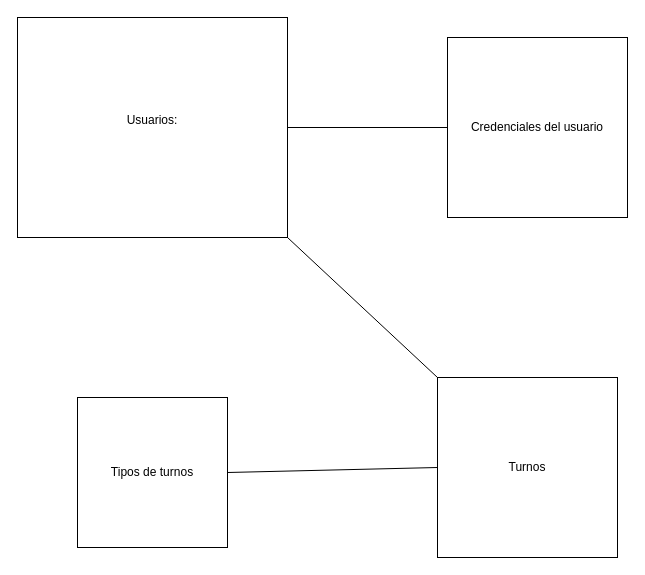
Above: DiagramaDeEntesBancoM3.drawio in TomasRamis/M3-banckDiagram (draw.io), before the change. Source tidied: cells renumbered, new cells numbered last; positions are measured from the earlier drawing's top-left corner, leaving out a move shared by most shapes. Both pictures are drawn from the tidied source at 100%, with x=0, y=0 at pixel (17, 17).
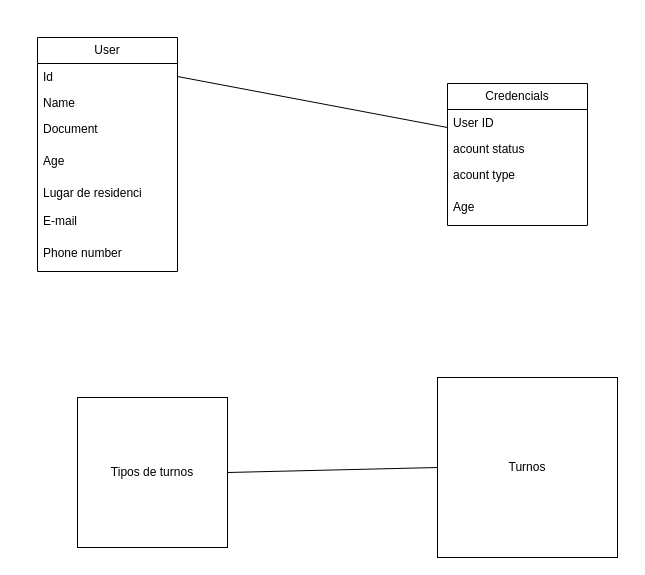
After the change.

Unchanged cells that the change refers to:
```xml
<mxCell id="7" value="Turnos" style="whiteSpace=wrap;html=1;" parent="1" vertex="1">
  <mxGeometry x="420" y="360" width="180" height="180" as="geometry" />
</mxCell>
```

The edit, as a diff of the source:
```diff
@@
-    <mxCell id="2" value="Usuarios:&lt;div&gt;&lt;br&gt;&lt;/div&gt;" style="rounded=0;whiteSpace=wrap;html=1;" parent="1" vertex="1">
-      <mxGeometry width="270" height="220" as="geometry" />
-    </mxCell>
-    <mxCell id="3" value="Credenciales del usuario" style="whiteSpace=wrap;html=1;" parent="1" vertex="1">
-      <mxGeometry x="430" y="20" width="180" height="180" as="geometry" />
-    </mxCell>
-    <mxCell id="4" style="endArrow=none;html=1;rounded=0;exitX=1;exitY=0.5;exitDx=0;exitDy=0;entryX=0;entryY=0.5;entryDx=0;entryDy=0;" parent="1" edge="1" source="2" target="3">
-      <mxGeometry relative="1" as="geometry" />
+    <mxCell id="4" style="endArrow=none;html=1;rounded=0;exitX=1;exitY=0.5;exitDx=0;exitDy=0;entryX=0;entryY=0.5;entryDx=0;entryDy=0;" parent="1" edge="1" source="10">
+      <mxGeometry relative="1" as="geometry">
+        <mxPoint x="430" y="110" as="targetPoint" />
+      </mxGeometry>
     </mxCell>
@@
-    <mxCell id="8" style="endArrow=none;html=1;rounded=0;entryX=1;entryY=1;entryDx=0;entryDy=0;exitX=0;exitY=0;exitDx=0;exitDy=0;" parent="1" edge="1" source="7" target="2">
-      <mxGeometry relative="1" as="geometry" />
-    </mxCell>
+    <mxCell id="9" value="User" style="swimlane;fontStyle=0;horizontal=1;startSize=26;fillColor=none;whiteSpace=wrap;html=1;" parent="1" vertex="1">
+      <mxGeometry x="20" y="20" width="140" height="234" as="geometry" />
+    </mxCell>
+    <mxCell id="10" value="Id" style="text;strokeColor=none;fillColor=none;align=left;verticalAlign=top;spacingLeft=4;spacingRight=4;overflow=hidden;points=[[0,0.5],[1,0.5]];portConstraint=eastwest;whiteSpace=wrap;html=1;" parent="9" vertex="1">
+      <mxGeometry y="26" width="140" height="26" as="geometry" />
+    </mxCell>
+    <mxCell id="11" value="Name" style="text;strokeColor=none;fillColor=none;align=left;verticalAlign=top;spacingLeft=4;spacingRight=4;overflow=hidden;whiteSpace=wrap;html=1;" parent="9" vertex="1">
+      <mxGeometry y="52" width="140" height="26" as="geometry" />
+    </mxCell>
+    <mxCell id="12" value="Document" style="text;strokeColor=none;fillColor=none;align=left;verticalAlign=top;spacingLeft=4;spacingRight=4;overflow=hidden;whiteSpace=wrap;html=1;" parent="9" vertex="1">
+      <mxGeometry y="78" width="140" height="32" as="geometry" />
+    </mxCell>
+    <mxCell id="13" value="Age" style="text;strokeColor=none;fillColor=none;align=left;verticalAlign=top;spacingLeft=4;spacingRight=4;overflow=hidden;whiteSpace=wrap;html=1;" parent="9" vertex="1">
+      <mxGeometry y="110" width="140" height="32" as="geometry" />
+    </mxCell>
+    <mxCell id="14" value="Lugar de residenci&lt;span style=&quot;white-space: pre;&quot;&gt;&#9;&lt;/span&gt;" style="text;strokeColor=none;fillColor=none;align=left;verticalAlign=top;spacingLeft=4;spacingRight=4;overflow=hidden;whiteSpace=wrap;html=1;" parent="9" vertex="1">
+      <mxGeometry y="142" width="140" height="28" as="geometry" />
+    </mxCell>
+    <mxCell id="15" value="E-mail" style="text;strokeColor=none;fillColor=none;align=left;verticalAlign=top;spacingLeft=4;spacingRight=4;overflow=hidden;whiteSpace=wrap;html=1;" parent="9" vertex="1">
+      <mxGeometry y="170" width="140" height="32" as="geometry" />
+    </mxCell>
+    <mxCell id="16" value="Phone number" style="text;strokeColor=none;fillColor=none;align=left;verticalAlign=top;spacingLeft=4;spacingRight=4;overflow=hidden;whiteSpace=wrap;html=1;" parent="9" vertex="1">
+      <mxGeometry y="202" width="140" height="32" as="geometry" />
+    </mxCell>
+    <mxCell id="17" style="edgeStyle=orthogonalEdgeStyle;rounded=0;orthogonalLoop=1;jettySize=auto;html=1;exitX=1;exitY=0.5;exitDx=0;exitDy=0;" parent="9" edge="1" source="10" target="10">
+      <mxGeometry relative="1" as="geometry" />
+    </mxCell>
+    <mxCell id="18" value="Credencials" style="swimlane;fontStyle=0;horizontal=1;startSize=26;fillColor=none;whiteSpace=wrap;html=1;" parent="1" vertex="1">
+      <mxGeometry x="430" y="66" width="140" height="142" as="geometry" />
+    </mxCell>
+    <mxCell id="19" value="User ID" style="text;strokeColor=none;fillColor=none;align=left;verticalAlign=top;spacingLeft=4;spacingRight=4;overflow=hidden;points=[[0,0.5],[1,0.5]];portConstraint=eastwest;whiteSpace=wrap;html=1;" parent="18" vertex="1">
+      <mxGeometry y="26" width="140" height="26" as="geometry" />
+    </mxCell>
+    <mxCell id="20" value="acount status" style="text;strokeColor=none;fillColor=none;align=left;verticalAlign=top;spacingLeft=4;spacingRight=4;overflow=hidden;whiteSpace=wrap;html=1;" parent="18" vertex="1">
+      <mxGeometry y="52" width="140" height="26" as="geometry" />
+    </mxCell>
+    <mxCell id="21" value="acount type" style="text;strokeColor=none;fillColor=none;align=left;verticalAlign=top;spacingLeft=4;spacingRight=4;overflow=hidden;whiteSpace=wrap;html=1;" parent="18" vertex="1">
+      <mxGeometry y="78" width="140" height="32" as="geometry" />
+    </mxCell>
+    <mxCell id="22" value="Age" style="text;strokeColor=none;fillColor=none;align=left;verticalAlign=top;spacingLeft=4;spacingRight=4;overflow=hidden;whiteSpace=wrap;html=1;" parent="18" vertex="1">
+      <mxGeometry y="110" width="140" height="32" as="geometry" />
+    </mxCell>
+    <mxCell id="23" style="edgeStyle=orthogonalEdgeStyle;rounded=0;orthogonalLoop=1;jettySize=auto;html=1;exitX=1;exitY=0.5;exitDx=0;exitDy=0;" parent="18" edge="1" source="19" target="19">
+      <mxGeometry relative="1" as="geometry" />
+    </mxCell>
```
